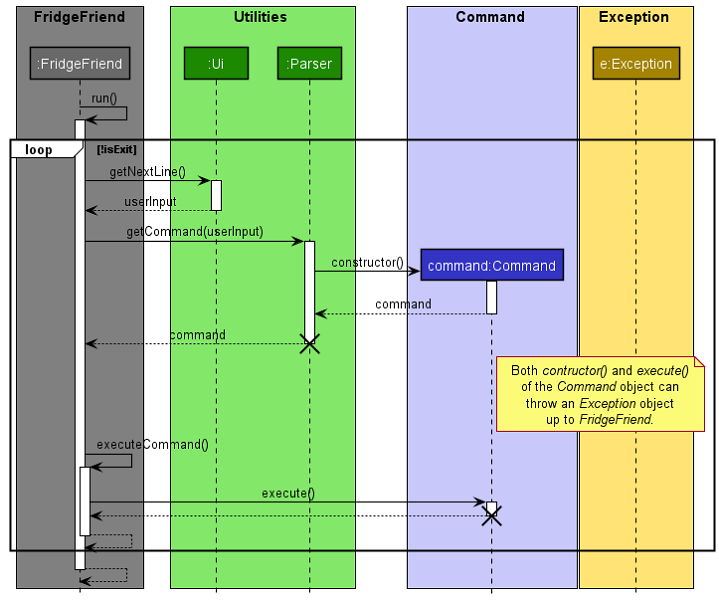
The PlantUML diagram docs/diagrams/diagram_images/MainLogicSequenceDiagram.png in nus-cs2113-AY2021S2/tp, before a commit. Its diagram source:
```plantuml
@startuml MainLogicSequenceDiagram
!include style.puml

box "FridgeFriend\n" FRIDGEFRIEND_COLOR_T1
Participant ":FridgeFriend" as fridgefriend FRIDGEFRIEND_COLOR
end box

box Utilities UTILITIES_COLOR_T1
Participant ":Ui" as ui UTILITIES_COLOR
Participant ":Parser" as parser UTILITIES_COLOR
end box

box Command COMMAND_COLOR_T1
Participant "command:Command" as command COMMAND_COLOR
end box

box Exception EXCEPTION_COLOR_T1
Participant "e:Exception" as exception EXCEPTION_COLOR
end box

autoactivate on
fridgefriend->fridgefriend: run()

loop !isExit
    fridgefriend -> ui: getNextLine()
    return userInput

    fridgefriend -> parser: getCommand(userInput)
    create command
    parser -> command: constructor()
    return command
    return command
    destroy parser

    note right of command
    Both //contructor()// and //execute()//
    of the //Command// object can
    throw an //Exception// object
    up to //FridgeFriend//.
    end note

    fridgefriend -> fridgefriend: executeCommand()
    fridgefriend -> command: execute()
    return
    destroy command
    return

    end

fridgefriend --> fridgefriend


@enduml
```
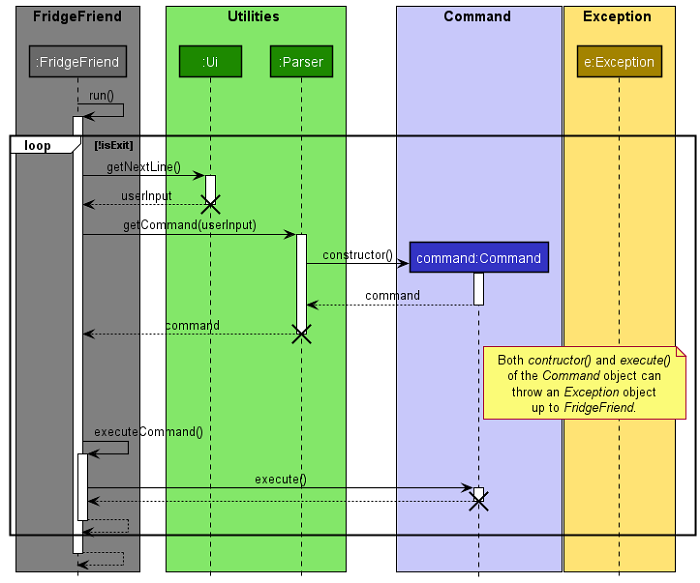
Later version of the same file.

Change to the diagram source:
```diff
@@ -24,6 +24,7 @@
 loop !isExit
     fridgefriend -> ui: getNextLine()
     return userInput
+    destroy ui
 
     fridgefriend -> parser: getCommand(userInput)
     create command
```
